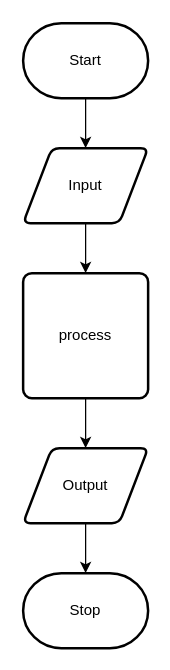
The draw.io diagram design/flow-chart.drawio in ekaterina-chernykh/ICS20-Unit-3-04, before the edit. Source tidied: cells renumbered, new cells numbered last; positions are measured from the earlier drawing's top-left corner, leaving out a move shared by most shapes. Both pictures are drawn from the tidied source at 125%, with x=0, y=0 at pixel (22, 22).
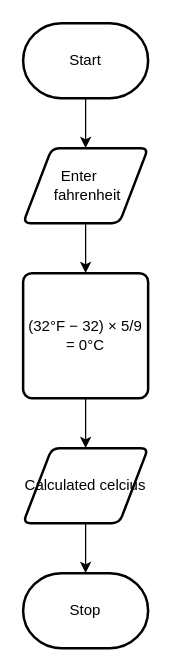
Above is the later version.

What changed in the source:
```diff
@@
 <mxGraphModel>
   <root>
     <mxCell id="0" />
     <mxCell id="1" parent="0" />
     <mxCell id="2" style="edgeStyle=none;html=1;" parent="1" edge="1" source="3" target="5">
       <mxGeometry relative="1" as="geometry" />
     </mxCell>
     <mxCell id="3" value="Start" style="strokeWidth=2;html=1;shape=mxgraph.flowchart.terminator;whiteSpace=wrap;" parent="1" vertex="1">
       <mxGeometry width="100" height="60" as="geometry" />
     </mxCell>
     <mxCell id="4" style="edgeStyle=none;html=1;" parent="1" edge="1" source="5" target="7">
       <mxGeometry relative="1" as="geometry" />
     </mxCell>
-    <mxCell id="5" value="Input" style="shape=parallelogram;html=1;strokeWidth=2;perimeter=parallelogramPerimeter;whiteSpace=wrap;rounded=1;arcSize=12;size=0.23;" parent="1" vertex="1">
+    <mxCell id="5" value="Enter&amp;nbsp; &amp;nbsp; &amp;nbsp;fahrenheit" style="shape=parallelogram;html=1;strokeWidth=2;perimeter=parallelogramPerimeter;whiteSpace=wrap;rounded=1;arcSize=12;size=0.23;" parent="1" vertex="1">
       <mxGeometry y="100" width="100" height="60" as="geometry" />
     </mxCell>
     <mxCell id="6" style="edgeStyle=none;html=1;" parent="1" edge="1" source="7" target="9">
       <mxGeometry relative="1" as="geometry" />
     </mxCell>
-    <mxCell id="7" value="process" style="rounded=1;whiteSpace=wrap;html=1;absoluteArcSize=1;arcSize=14;strokeWidth=2;" parent="1" vertex="1">
+    <mxCell id="7" value="&lt;font style=&quot;font-size: 12px&quot;&gt;(32°F&amp;nbsp;− 32) × 5/9 = 0°C&lt;/font&gt;" style="rounded=1;whiteSpace=wrap;html=1;absoluteArcSize=1;arcSize=14;strokeWidth=2;align=center;" parent="1" vertex="1">
       <mxGeometry y="200" width="100" height="100" as="geometry" />
     </mxCell>
     <mxCell id="8" style="edgeStyle=none;html=1;" parent="1" edge="1" source="9" target="10">
       <mxGeometry relative="1" as="geometry" />
     </mxCell>
-    <mxCell id="9" value="Output" style="shape=parallelogram;html=1;strokeWidth=2;perimeter=parallelogramPerimeter;whiteSpace=wrap;rounded=1;arcSize=12;size=0.23;" parent="1" vertex="1">
+    <mxCell id="9" value="Calculated celcius" style="shape=parallelogram;html=1;strokeWidth=2;perimeter=parallelogramPerimeter;whiteSpace=wrap;rounded=1;arcSize=12;size=0.23;" parent="1" vertex="1">
       <mxGeometry y="340" width="100" height="60" as="geometry" />
     </mxCell>
     <mxCell id="10" value="Stop" style="strokeWidth=2;html=1;shape=mxgraph.flowchart.terminator;whiteSpace=wrap;" parent="1" vertex="1">
       <mxGeometry y="440" width="100" height="60" as="geometry" />
     </mxCell>
   </root>
 </mxGraphModel>
```
